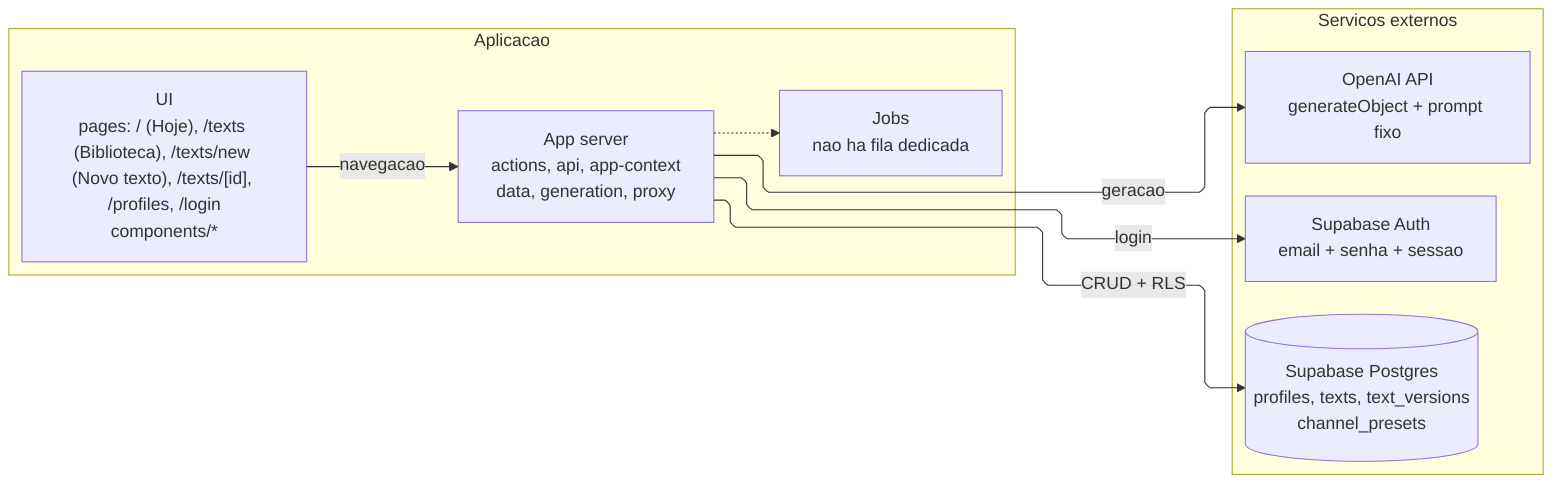
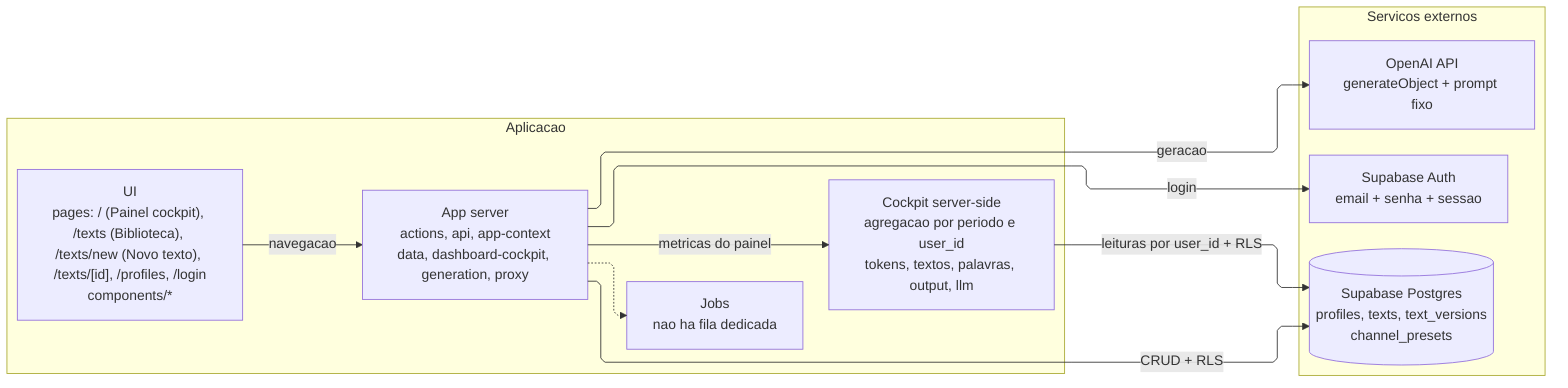
%%{init: {'flowchart': {'defaultRenderer': 'elk', 'curve': 'linear'}} }%%
flowchart LR
  subgraph APP["Aplicacao"]
-     UI["UI<br/>pages: / (Hoje), /texts (Biblioteca), /texts/new (Novo texto), /texts/[id], /profiles, /login<br/>components/*"]
-     SV["App server<br/>actions, api, app-context<br/>data, generation, proxy"]
+     UI["UI<br/>pages: / (Painel cockpit), /texts (Biblioteca), /texts/new (Novo texto), /texts/[id], /profiles, /login<br/>components/*"]
+     SV["App server<br/>actions, api, app-context<br/>data, dashboard-cockpit, generation, proxy"]
+     CK["Cockpit server-side<br/>agregacao por periodo e user_id<br/>tokens, textos, palavras, output, llm"]
    JOB["Jobs<br/>nao ha fila dedicada"]
  end

  subgraph EXT["Servicos externos"]
    AUTH["Supabase Auth<br/>email + senha + sessao"]
    DB[("Supabase Postgres<br/>profiles, texts, text_versions<br/>channel_presets")]
    AI["OpenAI API<br/>generateObject + prompt fixo"]
  end

  UI -->|navegacao| SV
  SV -->|login| AUTH
  SV -->|CRUD + RLS| DB
+   SV -->|metricas do painel| CK
+   CK -->|leituras por user_id + RLS| DB
  SV -->|geracao| AI
-   SV -.-> JOB
+   SV -.-> JOB